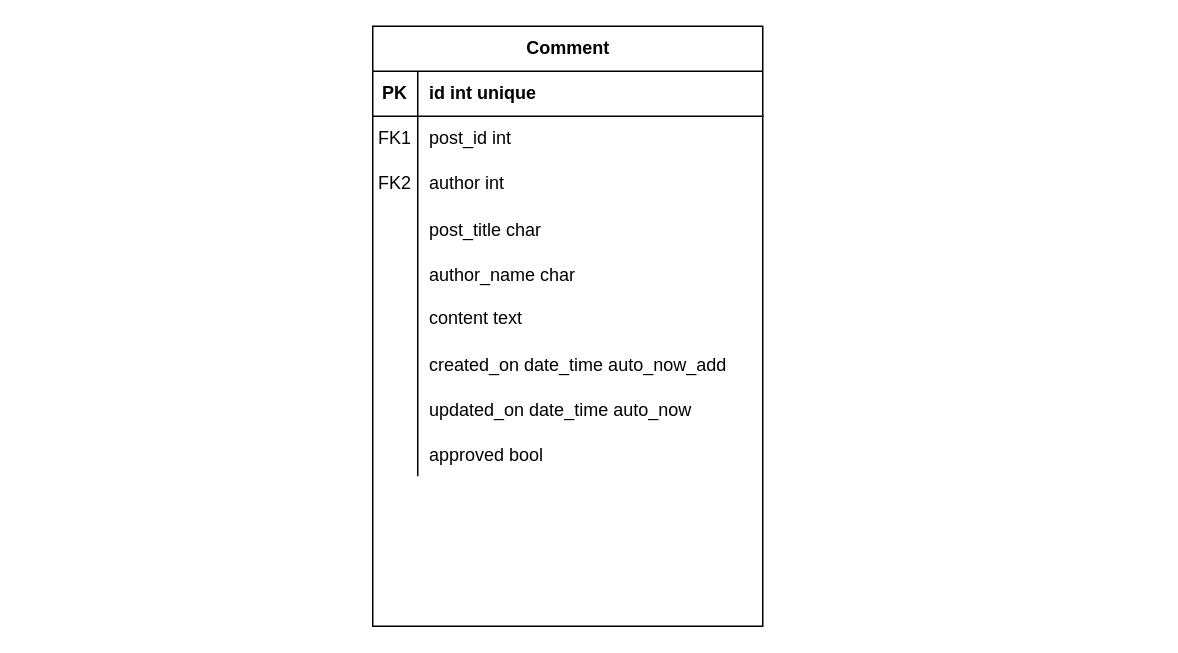
Before: ERD-django-walkthrough1.drawio in smtilson/ci-django-exercises, a draw.io diagram. Source tidied: cells renumbered, new cells numbered last; positions are measured from the earlier drawing's top-left corner, leaving out a move shared by most shapes. Both pictures are drawn from the tidied source at 150%, with x=0, y=0 at pixel (372, 26).
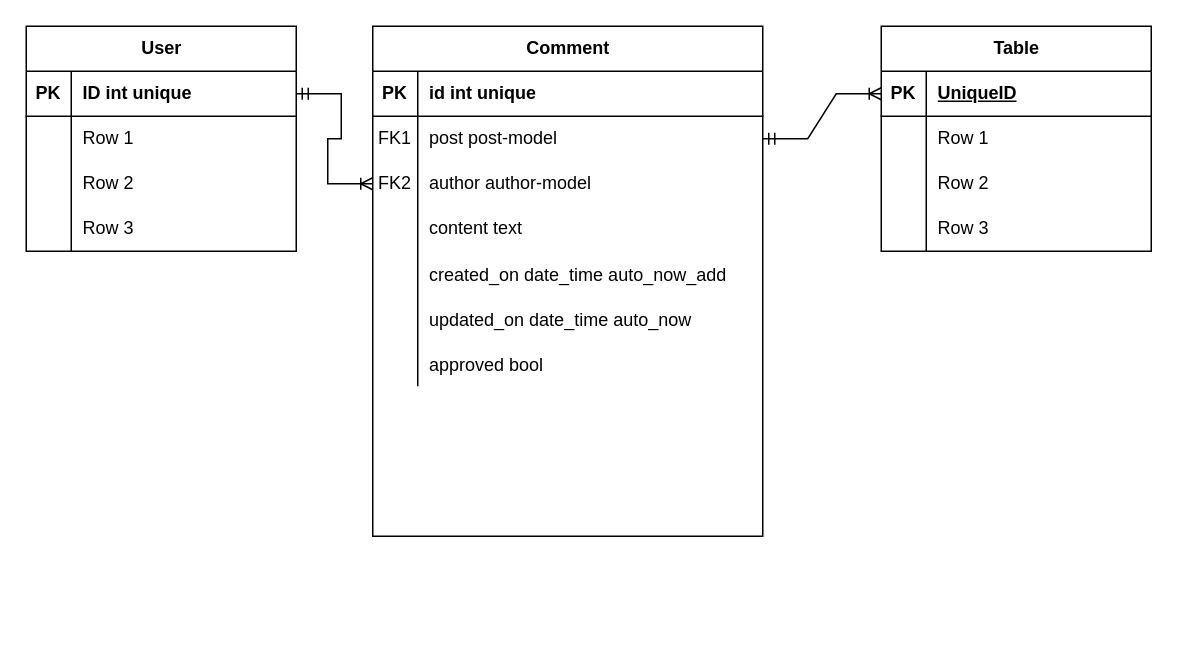
After the change.

Unchanged cells that the change refers to:
```xml
<mxCell id="6" style="shape=tableRow;horizontal=0;startSize=0;swimlaneHead=0;swimlaneBody=0;fillColor=none;points=[[0,0.5],[1,0.5]];portConstraint=eastwest;top=0;left=0;right=0;bottom=0;" parent="2" vertex="1">
  <mxGeometry y="60" width="260" height="30" as="geometry" />
</mxCell>
<mxCell id="9" style="shape=tableRow;horizontal=0;startSize=0;swimlaneHead=0;swimlaneBody=0;fillColor=none;points=[[0,0.5],[1,0.5]];portConstraint=eastwest;top=0;left=0;right=0;bottom=0;" parent="2" vertex="1">
  <mxGeometry y="90" width="260" height="30" as="geometry" />
</mxCell>
```

Change to the diagram source:
```diff
@@
     <mxCell id="2" value="Comment" style="shape=table;startSize=30;childLayout=tableLayout;rowLines=0;fontStyle=1;align=center;html=1;" parent="1" vertex="1">
-      <mxGeometry width="260" height="400" as="geometry" />
+      <mxGeometry width="260" height="340" as="geometry" />
     </mxCell>
@@
-    <mxCell id="8" value="post_id int" style="shape=partialRectangle;fillColor=none;top=0;left=0;bottom=0;right=0;align=left;spacingLeft=6;overflow=hidden;whiteSpace=wrap;html=1;" parent="6" vertex="1">
+    <mxCell id="8" value="post post-model" style="shape=partialRectangle;fillColor=none;top=0;left=0;bottom=0;right=0;align=left;spacingLeft=6;overflow=hidden;whiteSpace=wrap;html=1;" parent="6" vertex="1">
       <mxGeometry x="30" width="230" height="30" as="geometry" />
     </mxCell>
@@
-    <mxCell id="11" value="author int" style="shape=partialRectangle;fillColor=none;top=0;left=0;bottom=0;right=0;align=left;spacingLeft=6;overflow=hidden;whiteSpace=wrap;html=1;" parent="9" vertex="1">
+    <mxCell id="11" value="author author-model" style="shape=partialRectangle;fillColor=none;top=0;left=0;bottom=0;right=0;align=left;spacingLeft=6;overflow=hidden;whiteSpace=wrap;html=1;" parent="9" vertex="1">
       <mxGeometry x="30" width="230" height="30" as="geometry" />
     </mxCell>
-    <mxCell id="12" style="shape=tableRow;horizontal=0;startSize=0;swimlaneHead=0;swimlaneBody=0;fillColor=none;top=0;left=0;right=0;bottom=0;" parent="2" vertex="1">
-      <mxGeometry y="120" width="260" height="30" as="geometry" />
-    </mxCell>
-    <mxCell id="13" style="shape=partialRectangle;fillColor=none;top=0;left=0;bottom=0;right=0;overflow=hidden;" parent="12" vertex="1">
-      <mxGeometry width="30" height="30" as="geometry" />
-    </mxCell>
-    <mxCell id="14" value="post_title char" style="shape=partialRectangle;fillColor=none;top=0;left=0;bottom=0;right=0;align=left;spacingLeft=6;overflow=hidden;" parent="12" vertex="1">
-      <mxGeometry x="30" width="230" height="30" as="geometry" />
-    </mxCell>
-    <mxCell id="15" style="shape=tableRow;horizontal=0;startSize=0;swimlaneHead=0;swimlaneBody=0;fillColor=none;top=0;left=0;right=0;bottom=0;" parent="2" vertex="1">
-      <mxGeometry y="150" width="260" height="30" as="geometry" />
-    </mxCell>
-    <mxCell id="16" style="shape=partialRectangle;fillColor=none;top=0;left=0;bottom=0;right=0;overflow=hidden;" parent="15" vertex="1">
-      <mxGeometry width="30" height="30" as="geometry" />
-    </mxCell>
-    <mxCell id="17" value="author_name char" style="shape=partialRectangle;fillColor=none;top=0;left=0;bottom=0;right=0;align=left;spacingLeft=6;overflow=hidden;" parent="15" vertex="1">
-      <mxGeometry x="30" width="230" height="30" as="geometry" />
-    </mxCell>
     <mxCell id="18" style="shape=tableRow;horizontal=0;startSize=0;swimlaneHead=0;swimlaneBody=0;fillColor=none;top=0;left=0;right=0;bottom=0;" parent="2" vertex="1">
-      <mxGeometry y="180" width="260" height="30" as="geometry" />
+      <mxGeometry y="120" width="260" height="30" as="geometry" />
     </mxCell>
@@
     <mxCell id="21" style="shape=tableRow;horizontal=0;startSize=0;swimlaneHead=0;swimlaneBody=0;fillColor=none;top=0;left=0;right=0;bottom=0;" parent="2" vertex="1">
-      <mxGeometry y="210" width="260" height="30" as="geometry" />
+      <mxGeometry y="150" width="260" height="30" as="geometry" />
     </mxCell>
@@
     <mxCell id="24" style="shape=tableRow;horizontal=0;startSize=0;swimlaneHead=0;swimlaneBody=0;fillColor=none;top=0;left=0;right=0;bottom=0;" parent="2" vertex="1">
-      <mxGeometry y="240" width="260" height="30" as="geometry" />
+      <mxGeometry y="180" width="260" height="30" as="geometry" />
     </mxCell>
@@
     <mxCell id="27" style="shape=tableRow;horizontal=0;startSize=0;swimlaneHead=0;swimlaneBody=0;fillColor=none;top=0;left=0;right=0;bottom=0;" parent="2" vertex="1">
-      <mxGeometry y="270" width="260" height="30" as="geometry" />
+      <mxGeometry y="210" width="260" height="30" as="geometry" />
     </mxCell>
@@
+    <mxCell id="30" value="Table" style="shape=table;startSize=30;childLayout=tableLayout;rowLines=0;fontStyle=1;align=center;html=1;" parent="1" vertex="1">
+      <mxGeometry x="339" width="180" height="150" as="geometry" />
+    </mxCell>
+    <mxCell id="31" style="shape=tableRow;horizontal=0;startSize=0;swimlaneHead=0;swimlaneBody=0;fillColor=none;points=[[0,0.5],[1,0.5]];portConstraint=eastwest;top=0;left=0;right=0;bottom=1;" parent="30" vertex="1">
+      <mxGeometry y="30" width="180" height="30" as="geometry" />
+    </mxCell>
+    <mxCell id="32" value="PK" style="shape=partialRectangle;fillColor=none;top=0;left=0;bottom=0;right=0;fontStyle=1;overflow=hidden;whiteSpace=wrap;html=1;" parent="31" vertex="1">
+      <mxGeometry width="30" height="30" as="geometry" />
+    </mxCell>
+    <mxCell id="33" value="UniqueID" style="shape=partialRectangle;fillColor=none;top=0;left=0;bottom=0;right=0;align=left;spacingLeft=6;fontStyle=5;overflow=hidden;whiteSpace=wrap;html=1;" parent="31" vertex="1">
+      <mxGeometry x="30" width="150" height="30" as="geometry" />
+    </mxCell>
+    <mxCell id="34" style="shape=tableRow;horizontal=0;startSize=0;swimlaneHead=0;swimlaneBody=0;fillColor=none;top=0;left=0;right=0;bottom=0;" parent="30" vertex="1">
+      <mxGeometry y="60" width="180" height="30" as="geometry" />
+    </mxCell>
+    <mxCell id="35" style="shape=partialRectangle;fillColor=none;top=0;left=0;bottom=0;right=0;overflow=hidden;whiteSpace=wrap;html=1;" parent="34" vertex="1">
+      <mxGeometry width="30" height="30" as="geometry" />
+    </mxCell>
+    <mxCell id="36" value="Row 1" style="shape=partialRectangle;fillColor=none;top=0;left=0;bottom=0;right=0;align=left;spacingLeft=6;overflow=hidden;whiteSpace=wrap;html=1;" parent="34" vertex="1">
+      <mxGeometry x="30" width="150" height="30" as="geometry" />
+    </mxCell>
+    <mxCell id="37" style="shape=tableRow;horizontal=0;startSize=0;swimlaneHead=0;swimlaneBody=0;fillColor=none;top=0;left=0;right=0;bottom=0;" parent="30" vertex="1">
+      <mxGeometry y="90" width="180" height="30" as="geometry" />
+    </mxCell>
+    <mxCell id="38" style="shape=partialRectangle;fillColor=none;top=0;left=0;bottom=0;right=0;overflow=hidden;whiteSpace=wrap;html=1;" parent="37" vertex="1">
+      <mxGeometry width="30" height="30" as="geometry" />
+    </mxCell>
+    <mxCell id="39" value="Row 2" style="shape=partialRectangle;fillColor=none;top=0;left=0;bottom=0;right=0;align=left;spacingLeft=6;overflow=hidden;whiteSpace=wrap;html=1;" parent="37" vertex="1">
+      <mxGeometry x="30" width="150" height="30" as="geometry" />
+    </mxCell>
+    <mxCell id="40" style="shape=tableRow;horizontal=0;startSize=0;swimlaneHead=0;swimlaneBody=0;fillColor=none;top=0;left=0;right=0;bottom=0;" parent="30" vertex="1">
+      <mxGeometry y="120" width="180" height="30" as="geometry" />
+    </mxCell>
+    <mxCell id="41" style="shape=partialRectangle;fillColor=none;top=0;left=0;bottom=0;right=0;overflow=hidden;whiteSpace=wrap;html=1;" parent="40" vertex="1">
+      <mxGeometry width="30" height="30" as="geometry" />
+    </mxCell>
+    <mxCell id="42" value="Row 3" style="shape=partialRectangle;fillColor=none;top=0;left=0;bottom=0;right=0;align=left;spacingLeft=6;overflow=hidden;whiteSpace=wrap;html=1;" parent="40" vertex="1">
+      <mxGeometry x="30" width="150" height="30" as="geometry" />
+    </mxCell>
+    <mxCell id="43" value="User" style="shape=table;startSize=30;childLayout=tableLayout;rowLines=0;fontStyle=1;align=center;html=1;" parent="1" vertex="1">
+      <mxGeometry x="-231" width="180" height="150" as="geometry" />
+    </mxCell>
+    <mxCell id="44" style="shape=tableRow;horizontal=0;startSize=0;swimlaneHead=0;swimlaneBody=0;fillColor=none;points=[[0,0.5],[1,0.5]];portConstraint=eastwest;top=0;left=0;right=0;bottom=1;" parent="43" vertex="1">
+      <mxGeometry y="30" width="180" height="30" as="geometry" />
+    </mxCell>
+    <mxCell id="45" value="PK" style="shape=partialRectangle;fillColor=none;top=0;left=0;bottom=0;right=0;fontStyle=1;overflow=hidden;whiteSpace=wrap;html=1;" parent="44" vertex="1">
+      <mxGeometry width="30" height="30" as="geometry" />
+    </mxCell>
+    <mxCell id="46" value="ID int unique" style="shape=partialRectangle;fillColor=none;top=0;left=0;bottom=0;right=0;align=left;spacingLeft=6;fontStyle=1;overflow=hidden;whiteSpace=wrap;html=1;" parent="44" vertex="1">
+      <mxGeometry x="30" width="150" height="30" as="geometry" />
+    </mxCell>
+    <mxCell id="47" style="shape=tableRow;horizontal=0;startSize=0;swimlaneHead=0;swimlaneBody=0;fillColor=none;top=0;left=0;right=0;bottom=0;" parent="43" vertex="1">
+      <mxGeometry y="60" width="180" height="30" as="geometry" />
+    </mxCell>
+    <mxCell id="48" style="shape=partialRectangle;fillColor=none;top=0;left=0;bottom=0;right=0;overflow=hidden;whiteSpace=wrap;html=1;" parent="47" vertex="1">
+      <mxGeometry width="30" height="30" as="geometry" />
+    </mxCell>
+    <mxCell id="49" value="Row 1" style="shape=partialRectangle;fillColor=none;top=0;left=0;bottom=0;right=0;align=left;spacingLeft=6;overflow=hidden;whiteSpace=wrap;html=1;" parent="47" vertex="1">
+      <mxGeometry x="30" width="150" height="30" as="geometry" />
+    </mxCell>
+    <mxCell id="50" style="shape=tableRow;horizontal=0;startSize=0;swimlaneHead=0;swimlaneBody=0;fillColor=none;top=0;left=0;right=0;bottom=0;" parent="43" vertex="1">
+      <mxGeometry y="90" width="180" height="30" as="geometry" />
+    </mxCell>
+    <mxCell id="51" style="shape=partialRectangle;fillColor=none;top=0;left=0;bottom=0;right=0;overflow=hidden;whiteSpace=wrap;html=1;" parent="50" vertex="1">
+      <mxGeometry width="30" height="30" as="geometry" />
+    </mxCell>
+    <mxCell id="52" value="Row 2" style="shape=partialRectangle;fillColor=none;top=0;left=0;bottom=0;right=0;align=left;spacingLeft=6;overflow=hidden;whiteSpace=wrap;html=1;" parent="50" vertex="1">
+      <mxGeometry x="30" width="150" height="30" as="geometry" />
+    </mxCell>
+    <mxCell id="53" style="shape=tableRow;horizontal=0;startSize=0;swimlaneHead=0;swimlaneBody=0;fillColor=none;top=0;left=0;right=0;bottom=0;" parent="43" vertex="1">
+      <mxGeometry y="120" width="180" height="30" as="geometry" />
+    </mxCell>
+    <mxCell id="54" style="shape=partialRectangle;fillColor=none;top=0;left=0;bottom=0;right=0;overflow=hidden;whiteSpace=wrap;html=1;" parent="53" vertex="1">
+      <mxGeometry width="30" height="30" as="geometry" />
+    </mxCell>
+    <mxCell id="55" value="Row 3" style="shape=partialRectangle;fillColor=none;top=0;left=0;bottom=0;right=0;align=left;spacingLeft=6;overflow=hidden;whiteSpace=wrap;html=1;" parent="53" vertex="1">
+      <mxGeometry x="30" width="150" height="30" as="geometry" />
+    </mxCell>
+    <mxCell id="56" style="edgeStyle=entityRelationEdgeStyle;fontSize=12;html=1;endArrow=ERoneToMany;startArrow=ERmandOne;rounded=0;exitX=1;exitY=0.5;exitDx=0;exitDy=0;entryX=0;entryY=0.5;entryDx=0;entryDy=0;" parent="1" edge="1" source="44" target="9">
+      <mxGeometry relative="1" as="geometry" />
+    </mxCell>
+    <mxCell id="57" style="edgeStyle=entityRelationEdgeStyle;fontSize=12;html=1;endArrow=ERoneToMany;startArrow=ERmandOne;rounded=0;entryX=0;entryY=0.5;entryDx=0;entryDy=0;exitX=1;exitY=0.5;exitDx=0;exitDy=0;" parent="1" edge="1" source="6" target="31">
+      <mxGeometry relative="1" as="geometry" />
+    </mxCell>
```
